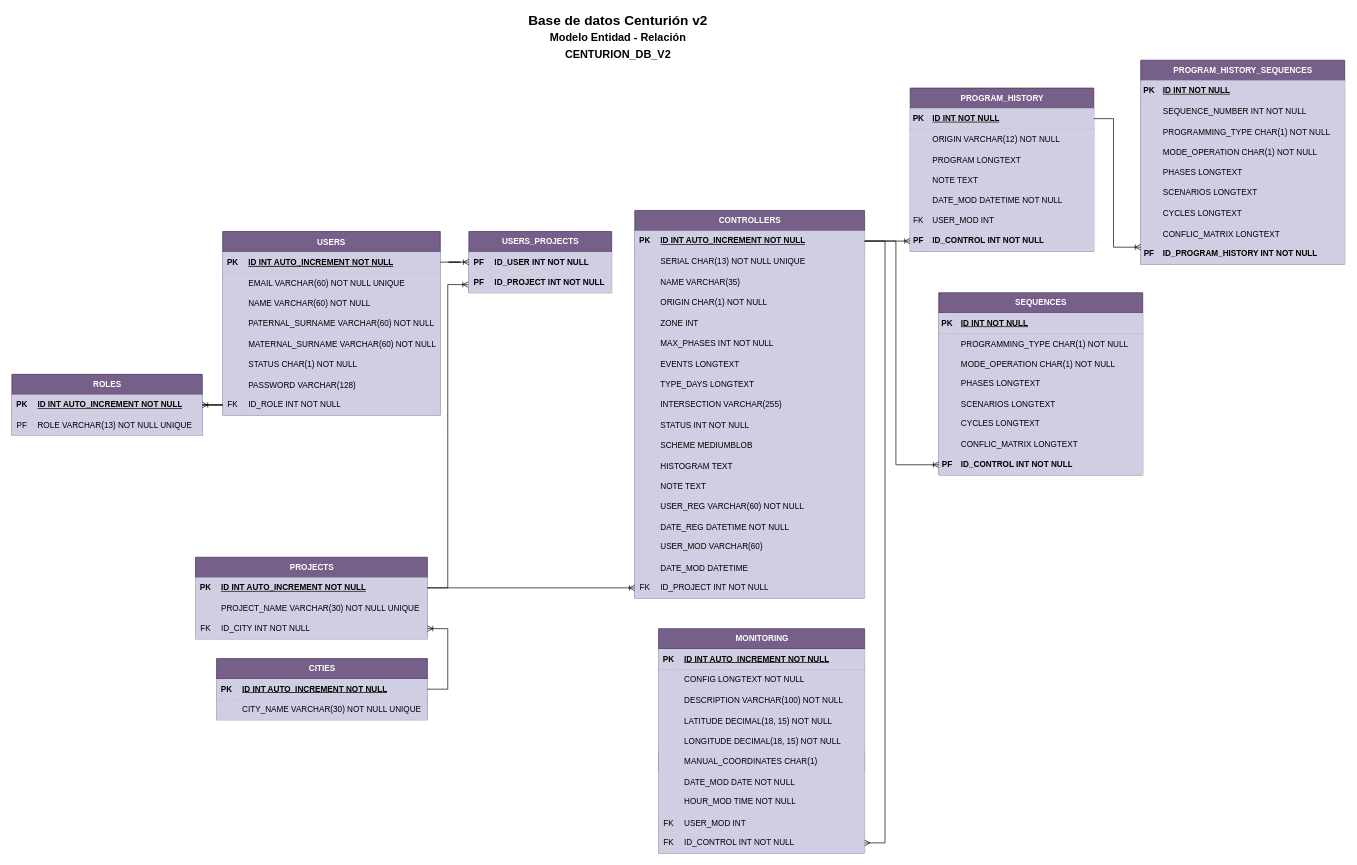
This is page "ERD-CEN-V2-2" (2 of 3) of BD-CENTURION.drawio from ChirinosM/Prueba, a draw.io file, before an edit. Source tidied: cells renumbered, new cells numbered last; positions are measured from the earlier drawing's top-left corner, leaving out a move shared by most shapes. Both pictures are drawn from the tidied source at 68%, with x=0, y=0 at pixel (12, 12).
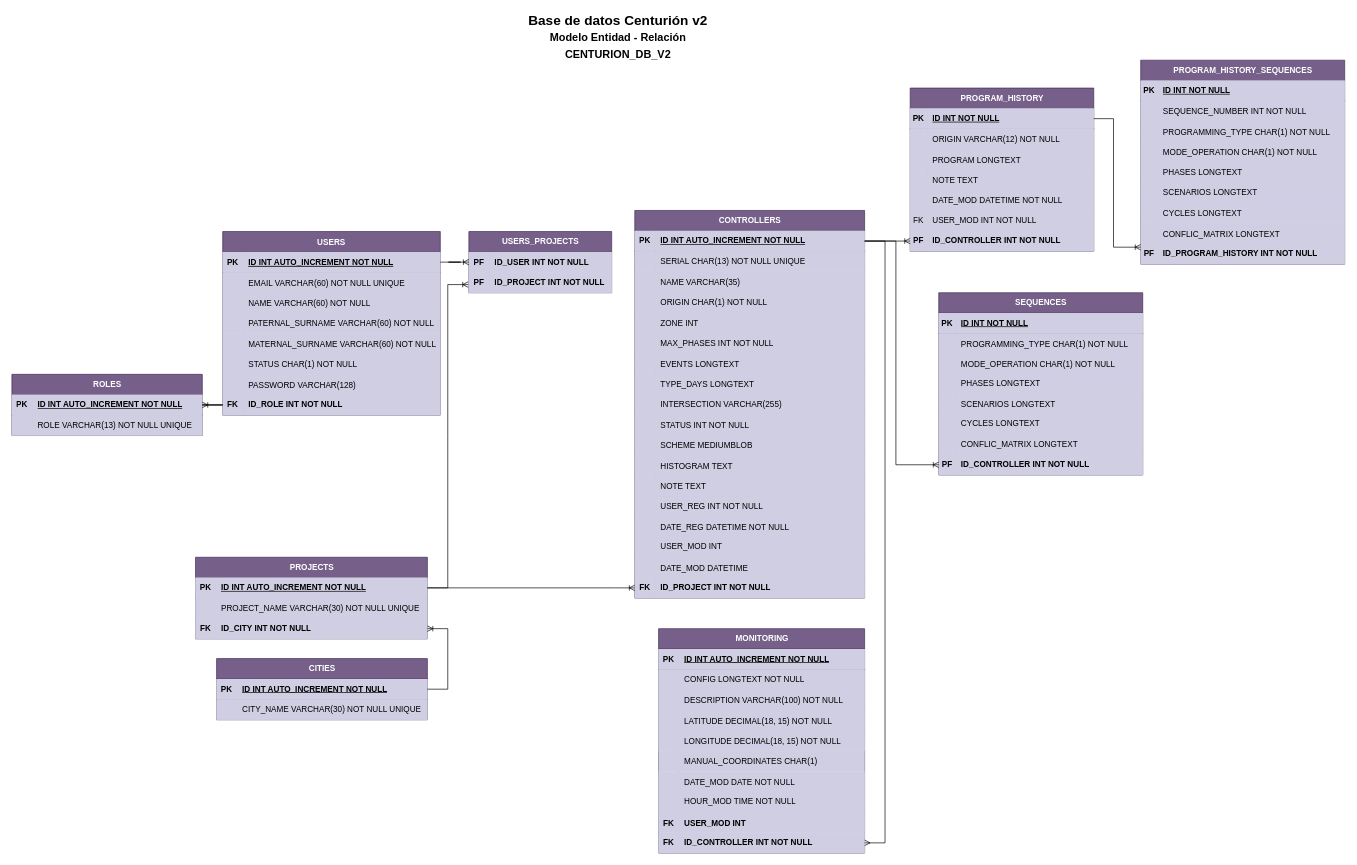
After the change.

Unchanged cells that the change refers to:
```xml
<mxCell id="16" style="shape=tableRow;horizontal=0;startSize=0;swimlaneHead=0;swimlaneBody=0;fillColor=#d0cee2;points=[[0,0.5],[1,0.5]];portConstraint=eastwest;top=0;left=0;right=0;bottom=0;strokeColor=#56517e;rounded=0;" parent="9" vertex="1">
  <mxGeometry y="90" width="341" height="30" as="geometry" />
</mxCell>
<mxCell id="59" style="shape=tableRow;horizontal=0;startSize=0;swimlaneHead=0;swimlaneBody=0;fillColor=#D0CEE2;top=0;left=0;right=0;bottom=0;strokeColor=#56517e;rounded=0;" parent="19" vertex="1">
  <mxGeometry y="420" width="338" height="30" as="geometry" />
</mxCell>
<mxCell id="65" style="shape=tableRow;horizontal=0;startSize=0;swimlaneHead=0;swimlaneBody=0;fillColor=#D0CEE2;top=0;left=0;right=0;bottom=0;strokeColor=#56517e;rounded=0;" parent="19" vertex="1">
  <mxGeometry y="480" width="338" height="30" as="geometry" />
</mxCell>
<mxCell id="71" style="shape=tableRow;horizontal=0;startSize=0;swimlaneHead=0;swimlaneBody=0;fillColor=#D0CEE2;points=[[0,0.5],[1,0.5]];portConstraint=eastwest;top=0;left=0;right=0;bottom=0;strokeColor=#56517e;rounded=0;" parent="19" vertex="1">
  <mxGeometry y="540" width="338" height="30" as="geometry" />
</mxCell>
<mxCell id="97" style="shape=tableRow;horizontal=0;startSize=0;swimlaneHead=0;swimlaneBody=0;fillColor=#d0cee2;top=0;left=0;right=0;bottom=0;strokeColor=#56517e;rounded=0;" parent="81" vertex="1">
  <mxGeometry y="180" width="270" height="30" as="geometry" />
</mxCell>
<mxCell id="100" style="shape=tableRow;horizontal=0;startSize=0;swimlaneHead=0;swimlaneBody=0;fillColor=#d0cee2;points=[[0,0.5],[1,0.5]];portConstraint=eastwest;top=0;left=0;right=0;bottom=0;strokeColor=#56517e;rounded=0;" parent="81" vertex="1">
  <mxGeometry y="210" width="270" height="30" as="geometry" />
</mxCell>
<mxCell id="125" style="shape=tableRow;horizontal=0;startSize=0;swimlaneHead=0;swimlaneBody=0;fillColor=#d0cee2;points=[[0,0.5],[1,0.5]];portConstraint=eastwest;top=0;left=0;right=0;bottom=0;strokeColor=#56517e;" parent="103" vertex="1">
  <mxGeometry y="240" width="320" height="30" as="geometry" />
</mxCell>
<mxCell id="137" style="shape=tableRow;horizontal=0;startSize=0;swimlaneHead=0;swimlaneBody=0;fillColor=#d0cee2;top=0;left=0;right=0;bottom=0;strokeColor=#56517e;rounded=0;" parent="133" vertex="1">
  <mxGeometry y="60" width="280" height="30" as="geometry" />
</mxCell>
<mxCell id="166" style="shape=tableRow;horizontal=0;startSize=0;swimlaneHead=0;swimlaneBody=0;fillColor=#D0CEE2;top=0;left=0;right=0;bottom=0;" parent="141" vertex="1">
  <mxGeometry y="270" width="303" height="30" as="geometry" />
</mxCell>
<mxCell id="169" style="shape=tableRow;horizontal=0;startSize=0;swimlaneHead=0;swimlaneBody=0;fillColor=#d0cee2;points=[[0,0.5],[1,0.5]];portConstraint=eastwest;top=0;left=0;right=0;bottom=0;strokeColor=#56517e;" parent="141" vertex="1">
  <mxGeometry y="300" width="303" height="30" as="geometry" />
</mxCell>
<mxCell id="196" style="shape=tableRow;horizontal=0;startSize=0;swimlaneHead=0;swimlaneBody=0;fillColor=#d0cee2;points=[[0,0.5],[1,0.5]];portConstraint=eastwest;top=0;left=0;right=0;bottom=0;strokeColor=#56517e;rounded=0;" parent="174" vertex="1">
  <mxGeometry y="238" width="300" height="30" as="geometry" />
</mxCell>
```

The edit, as a diff of the source:
```diff
@@
-    <mxCell id="17" value="FK" style="shape=partialRectangle;fillColor=#d0cee2;top=0;left=0;bottom=0;right=0;fontStyle=0;overflow=hidden;whiteSpace=wrap;html=1;strokeColor=#56517e;rounded=0;" parent="16" vertex="1">
+    <mxCell id="17" value="FK" style="shape=partialRectangle;fillColor=#d0cee2;top=0;left=0;bottom=0;right=0;fontStyle=1;overflow=hidden;whiteSpace=wrap;html=1;strokeColor=#56517e;rounded=0;" parent="16" vertex="1">
       <mxGeometry width="30" height="30" as="geometry" />
     </mxCell>
-    <mxCell id="18" value="ID_CITY INT NOT NULL" style="shape=partialRectangle;fillColor=#d0cee2;top=0;left=0;bottom=0;right=0;align=left;spacingLeft=6;fontStyle=0;overflow=hidden;whiteSpace=wrap;html=1;strokeColor=#56517e;rounded=0;" parent="16" vertex="1">
+    <mxCell id="18" value="ID_CITY INT NOT NULL" style="shape=partialRectangle;fillColor=#d0cee2;top=0;left=0;bottom=0;right=0;align=left;spacingLeft=6;fontStyle=1;overflow=hidden;whiteSpace=wrap;html=1;strokeColor=#56517e;rounded=0;" parent="16" vertex="1">
       <mxGeometry x="30" width="311" height="30" as="geometry" />
     </mxCell>
@@
-    <mxCell id="61" value="USER_REG VARCHAR(60) NOT NULL" style="shape=partialRectangle;fillColor=#D0CEE2;top=0;left=0;bottom=0;right=0;align=left;spacingLeft=6;overflow=hidden;strokeColor=#56517e;rounded=0;" parent="59" vertex="1">
+    <mxCell id="61" value="USER_REG INT NOT NULL" style="shape=partialRectangle;fillColor=#D0CEE2;top=0;left=0;bottom=0;right=0;align=left;spacingLeft=6;overflow=hidden;strokeColor=#56517e;rounded=0;" parent="59" vertex="1">
       <mxGeometry x="30" width="308" height="30" as="geometry" />
     </mxCell>
@@
-    <mxCell id="67" value="USER_MOD VARCHAR(60)&amp;nbsp;" style="shape=partialRectangle;fillColor=#D0CEE2;top=0;left=0;bottom=0;right=0;align=left;spacingLeft=6;fontStyle=0;overflow=hidden;whiteSpace=wrap;html=1;strokeColor=#56517e;rounded=0;" parent="65" vertex="1">
+    <mxCell id="67" value="USER_MOD INT&amp;nbsp;" style="shape=partialRectangle;fillColor=#D0CEE2;top=0;left=0;bottom=0;right=0;align=left;spacingLeft=6;fontStyle=0;overflow=hidden;whiteSpace=wrap;html=1;strokeColor=#56517e;rounded=0;" parent="65" vertex="1">
       <mxGeometry x="30" width="308" height="30" as="geometry" />
     </mxCell>
@@
-    <mxCell id="72" value="FK" style="shape=partialRectangle;fillColor=#D0CEE2;top=0;left=0;bottom=0;right=0;fontStyle=0;overflow=hidden;whiteSpace=wrap;html=1;strokeColor=#56517e;rounded=0;" parent="71" vertex="1">
+    <mxCell id="72" value="FK" style="shape=partialRectangle;fillColor=#D0CEE2;top=0;left=0;bottom=0;right=0;fontStyle=1;overflow=hidden;whiteSpace=wrap;html=1;strokeColor=#56517e;rounded=0;" parent="71" vertex="1">
       <mxGeometry width="30" height="30" as="geometry" />
     </mxCell>
-    <mxCell id="73" value="ID_PROJECT INT NOT NULL" style="shape=partialRectangle;fillColor=#D0CEE2;top=0;left=0;bottom=0;right=0;align=left;spacingLeft=6;fontStyle=0;overflow=hidden;whiteSpace=wrap;html=1;strokeColor=#56517e;rounded=0;" parent="71" vertex="1">
+    <mxCell id="73" value="ID_PROJECT INT NOT NULL" style="shape=partialRectangle;fillColor=#D0CEE2;top=0;left=0;bottom=0;right=0;align=left;spacingLeft=6;fontStyle=1;overflow=hidden;whiteSpace=wrap;html=1;strokeColor=#56517e;rounded=0;" parent="71" vertex="1">
       <mxGeometry x="30" width="308" height="30" as="geometry" />
     </mxCell>
@@
-    <mxCell id="99" value="USER_MOD INT" style="shape=partialRectangle;fillColor=#d0cee2;top=0;left=0;bottom=0;right=0;align=left;spacingLeft=6;overflow=hidden;whiteSpace=wrap;html=1;strokeColor=#56517e;rounded=0;" parent="97" vertex="1">
+    <mxCell id="99" value="USER_MOD INT NOT NULL" style="shape=partialRectangle;fillColor=#d0cee2;top=0;left=0;bottom=0;right=0;align=left;spacingLeft=6;overflow=hidden;whiteSpace=wrap;html=1;strokeColor=#56517e;rounded=0;" parent="97" vertex="1">
       <mxGeometry x="25" width="245" height="30" as="geometry" />
     </mxCell>
@@
-    <mxCell id="102" value="&lt;b&gt;ID_CONTROL INT NOT NULL&lt;/b&gt;" style="shape=partialRectangle;fillColor=#d0cee2;top=0;left=0;bottom=0;right=0;align=left;spacingLeft=6;fontStyle=0;overflow=hidden;whiteSpace=wrap;html=1;strokeColor=#56517e;rounded=0;" parent="100" vertex="1">
+    <mxCell id="102" value="&lt;b&gt;ID_CONTROLLER&lt;/b&gt;&lt;b&gt;&amp;nbsp;INT NOT NULL&lt;/b&gt;" style="shape=partialRectangle;fillColor=#d0cee2;top=0;left=0;bottom=0;right=0;align=left;spacingLeft=6;fontStyle=0;overflow=hidden;whiteSpace=wrap;html=1;strokeColor=#56517e;rounded=0;" parent="100" vertex="1">
       <mxGeometry x="25" width="245" height="30" as="geometry" />
     </mxCell>
@@
-    <mxCell id="126" value="FK" style="shape=partialRectangle;fillColor=#d0cee2;top=0;left=0;bottom=0;right=0;fontStyle=0;overflow=hidden;whiteSpace=wrap;html=1;strokeColor=#56517e;" parent="125" vertex="1">
+    <mxCell id="126" value="FK" style="shape=partialRectangle;fillColor=#d0cee2;top=0;left=0;bottom=0;right=0;fontStyle=1;overflow=hidden;whiteSpace=wrap;html=1;strokeColor=#56517e;" parent="125" vertex="1">
       <mxGeometry width="30" height="30" as="geometry" />
     </mxCell>
-    <mxCell id="127" value="ID_ROLE INT NOT NULL" style="shape=partialRectangle;fillColor=#d0cee2;top=0;left=0;bottom=0;right=0;align=left;spacingLeft=6;fontStyle=0;overflow=hidden;whiteSpace=wrap;html=1;strokeColor=#56517e;" parent="125" vertex="1">
+    <mxCell id="127" value="ID_ROLE INT NOT NULL" style="shape=partialRectangle;fillColor=#d0cee2;top=0;left=0;bottom=0;right=0;align=left;spacingLeft=6;fontStyle=1;overflow=hidden;whiteSpace=wrap;html=1;strokeColor=#56517e;" parent="125" vertex="1">
       <mxGeometry x="30" width="290" height="30" as="geometry" />
     </mxCell>
@@
-    <mxCell id="138" value="PF" style="shape=partialRectangle;fillColor=#d0cee2;top=0;left=0;bottom=0;right=0;fontStyle=0;overflow=hidden;whiteSpace=wrap;html=1;strokeColor=#56517e;rounded=0;" parent="137" vertex="1">
+    <mxCell id="138" style="shape=partialRectangle;fillColor=#d0cee2;top=0;left=0;bottom=0;right=0;fontStyle=0;overflow=hidden;whiteSpace=wrap;html=1;strokeColor=#56517e;rounded=0;" parent="137" vertex="1">
       <mxGeometry width="30" height="30" as="geometry" />
     </mxCell>
@@
-    <mxCell id="167" value="FK" style="shape=partialRectangle;fillColor=#D0CEE2;top=0;left=0;bottom=0;right=0;overflow=hidden;" parent="166" vertex="1">
+    <mxCell id="167" value="FK" style="shape=partialRectangle;fillColor=#D0CEE2;top=0;left=0;bottom=0;right=0;overflow=hidden;fontStyle=1;" parent="166" vertex="1">
       <mxGeometry width="30" height="30" as="geometry" />
     </mxCell>
-    <mxCell id="168" value="USER_MOD INT" style="shape=partialRectangle;fillColor=#D0CEE2;top=0;left=0;bottom=0;right=0;align=left;spacingLeft=6;overflow=hidden;" parent="166" vertex="1">
+    <mxCell id="168" value="USER_MOD INT" style="shape=partialRectangle;fillColor=#D0CEE2;top=0;left=0;bottom=0;right=0;align=left;spacingLeft=6;overflow=hidden;fontStyle=1;" parent="166" vertex="1">
       <mxGeometry x="30" width="273" height="30" as="geometry" />
     </mxCell>
@@
-    <mxCell id="170" value="FK" style="shape=partialRectangle;fillColor=#d0cee2;top=0;left=0;bottom=0;right=0;fontStyle=0;overflow=hidden;whiteSpace=wrap;html=1;strokeColor=#56517e;" parent="169" vertex="1">
+    <mxCell id="170" value="FK" style="shape=partialRectangle;fillColor=#d0cee2;top=0;left=0;bottom=0;right=0;fontStyle=1;overflow=hidden;whiteSpace=wrap;html=1;strokeColor=#56517e;" parent="169" vertex="1">
       <mxGeometry width="30" height="30" as="geometry" />
     </mxCell>
-    <mxCell id="171" value="ID_CONTROL INT NOT NULL" style="shape=partialRectangle;fillColor=#d0cee2;top=0;left=0;bottom=0;right=0;align=left;spacingLeft=6;fontStyle=0;overflow=hidden;whiteSpace=wrap;html=1;strokeColor=#56517e;" parent="169" vertex="1">
+    <mxCell id="171" value="&lt;span&gt;ID_CONTROLLER&lt;/span&gt;&amp;nbsp;INT NOT NULL" style="shape=partialRectangle;fillColor=#d0cee2;top=0;left=0;bottom=0;right=0;align=left;spacingLeft=6;fontStyle=1;overflow=hidden;whiteSpace=wrap;html=1;strokeColor=#56517e;" parent="169" vertex="1">
       <mxGeometry x="30" width="273" height="30" as="geometry" />
     </mxCell>
@@
-    <mxCell id="198" value="&lt;b&gt;ID_CONTROL INT NOT NULL&lt;/b&gt;" style="shape=partialRectangle;fillColor=#d0cee2;top=0;left=0;bottom=0;right=0;align=left;spacingLeft=6;fontStyle=0;overflow=hidden;whiteSpace=wrap;html=1;strokeColor=#56517e;rounded=0;" parent="196" vertex="1">
+    <mxCell id="198" value="&lt;b&gt;ID_CONTROLLER INT NOT NULL&lt;/b&gt;" style="shape=partialRectangle;fillColor=#d0cee2;top=0;left=0;bottom=0;right=0;align=left;spacingLeft=6;fontStyle=0;overflow=hidden;whiteSpace=wrap;html=1;strokeColor=#56517e;rounded=0;" parent="196" vertex="1">
       <mxGeometry x="25" width="275" height="30" as="geometry" />
     </mxCell>
```
